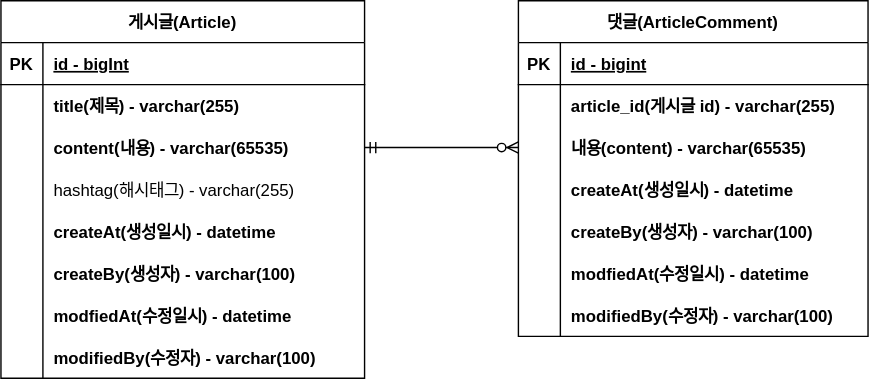
Earlier version of the draw.io export documents/project-board-erd.svg (jong-moo/fastcampus-project-board). Source tidied: cells renumbered, new cells last; positions are measured from the earlier drawing's top-left corner, leaving out a move shared by most shapes.
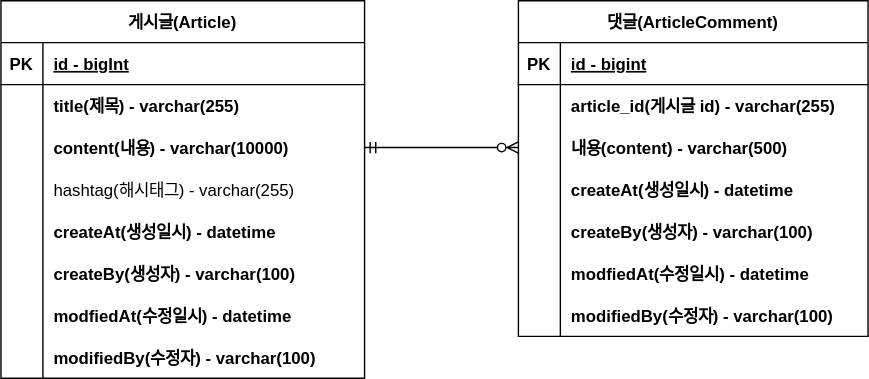
The same file after the commit.

Commit message:
#10 - ERD 업데이트 content 크기 수정

Diff of the diagram source:
```diff
@@ -29,7 +29,7 @@
     <mxCell id="10" style="shape=partialRectangle;overflow=hidden;fillColor=none;top=0;left=0;bottom=0;right=0;" parent="9" vertex="1">
       <mxGeometry width="30" height="30" as="geometry" />
     </mxCell>
-    <mxCell id="11" value="content(내용) - varchar(65535)" style="shape=partialRectangle;overflow=hidden;fillColor=none;top=0;left=0;bottom=0;right=0;align=left;spacingLeft=6;fontStyle=1;" parent="9" vertex="1">
+    <mxCell id="11" value="content(내용) - varchar(10000)" style="shape=partialRectangle;overflow=hidden;fillColor=none;top=0;left=0;bottom=0;right=0;align=left;spacingLeft=6;fontStyle=1;" parent="9" vertex="1">
       <mxGeometry x="30" width="230" height="30" as="geometry" />
     </mxCell>
     <mxCell id="12" style="shape=partialRectangle;fillColor=none;top=0;left=0;right=0;bottom=0;" parent="2" vertex="1">
@@ -104,7 +104,7 @@
     <mxCell id="35" style="shape=partialRectangle;overflow=hidden;fillColor=none;top=0;left=0;bottom=0;right=0;" parent="34" vertex="1">
       <mxGeometry width="30" height="30" as="geometry" />
     </mxCell>
-    <mxCell id="36" value="내용(content) - varchar(65535)" style="shape=partialRectangle;overflow=hidden;fillColor=none;top=0;left=0;bottom=0;right=0;align=left;spacingLeft=6;fontStyle=1;" parent="34" vertex="1">
+    <mxCell id="36" value="내용(content) - varchar(500)" style="shape=partialRectangle;overflow=hidden;fillColor=none;top=0;left=0;bottom=0;right=0;align=left;spacingLeft=6;fontStyle=1;" parent="34" vertex="1">
       <mxGeometry x="30" width="220" height="30" as="geometry" />
     </mxCell>
     <mxCell id="37" style="shape=partialRectangle;fillColor=none;top=0;left=0;right=0;bottom=0;" parent="27" vertex="1">
```
